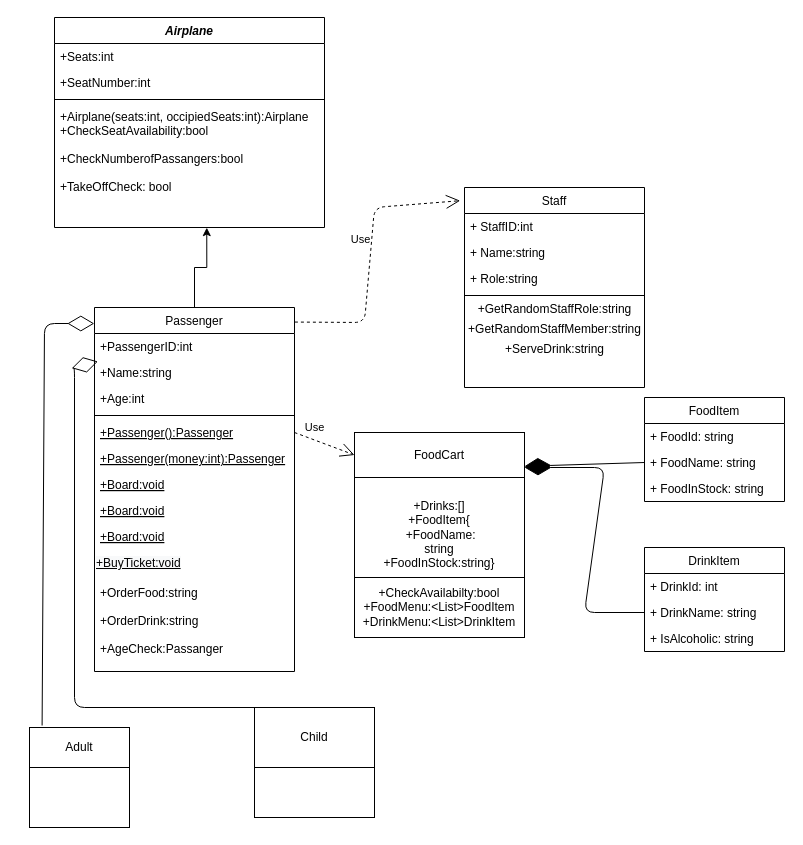
david-karlsson/MjukvaruAnalys-inlUppg keeps this draw.io diagram as MjukvaruAnalys-inlUppg/Docs/ClassDiagram-Plane.drawio. Above is the earlier version. Source tidied: cells renumbered, new cells numbered last; positions are measured from the earlier drawing's top-left corner, leaving out a move shared by most shapes. Both pictures are drawn from the tidied source at 100%, with x=0, y=0 at pixel (29, 17).
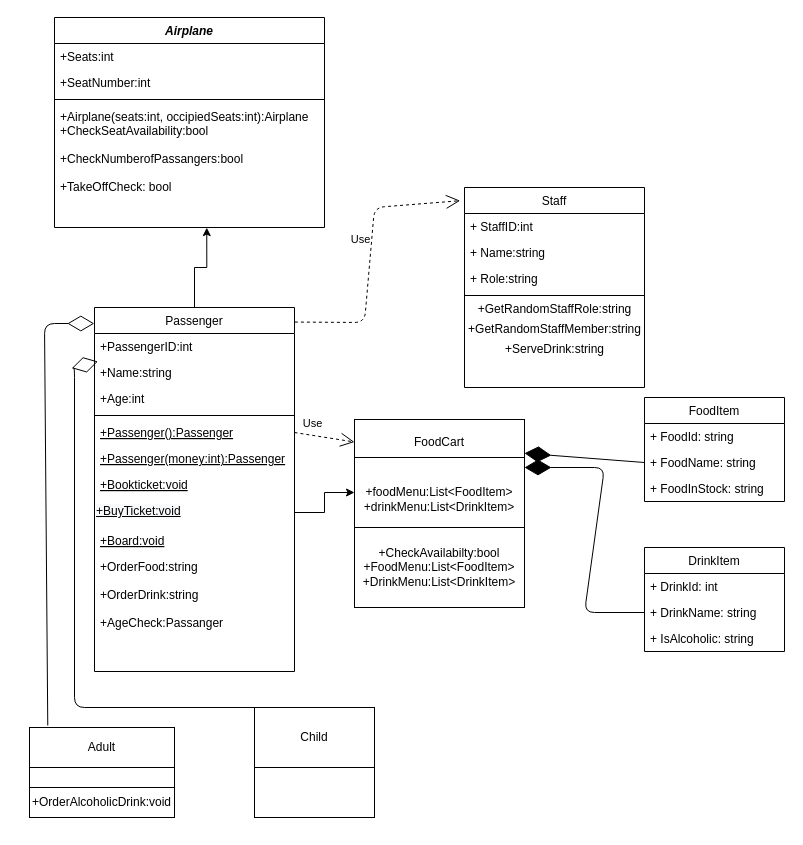
The same diagram, later.

Commit message (it also covers changes not shown here):
Menus moved to FoodCart + Clas diagram updates

Unchanged cells that the change refers to:
```xml
<mxCell id="8" value="Passenger" style="swimlane;fontStyle=0;align=center;verticalAlign=top;horizontal=1;startSize=26;rounded=0;shadow=0;strokeWidth=1;" parent="1" vertex="1">
  <mxGeometry x="65" y="290" width="200" height="364" as="geometry" />
</mxCell>
```

The edit, as a diff of the source:
```diff
@@
-    <mxCell id="15" value="+Board:void" style="text;align=left;verticalAlign=top;spacingLeft=4;spacingRight=4;overflow=hidden;fontStyle=4;" parent="8" vertex="1">
+    <mxCell id="15" value="+Bookticket:void" style="text;align=left;verticalAlign=top;spacingLeft=4;spacingRight=4;overflow=hidden;fontStyle=4;" parent="8" vertex="1">
       <mxGeometry y="164" width="200" height="26" as="geometry" />
     </mxCell>
+    <mxCell id="18" value="&lt;span style=&quot;color: rgb(0 , 0 , 0) ; font-family: &amp;#34;helvetica&amp;#34; ; font-size: 12px ; font-style: normal ; font-weight: 400 ; letter-spacing: normal ; text-align: left ; text-indent: 0px ; text-transform: none ; word-spacing: 0px ; background-color: rgb(248 , 249 , 250) ; text-decoration: underline ; display: inline ; float: none&quot;&gt;+BuyTicket:void&lt;/span&gt;" style="text;whiteSpace=wrap;html=1;" parent="8" vertex="1">
+      <mxGeometry y="190" width="200" height="30" as="geometry" />
+    </mxCell>
     <mxCell id="16" value="+Board:void" style="text;align=left;verticalAlign=top;spacingLeft=4;spacingRight=4;overflow=hidden;fontStyle=4;" parent="8" vertex="1">
-      <mxGeometry y="190" width="200" height="26" as="geometry" />
+      <mxGeometry y="220" width="200" height="26" as="geometry" />
     </mxCell>
-    <mxCell id="17" value="+Board:void" style="text;align=left;verticalAlign=top;spacingLeft=4;spacingRight=4;overflow=hidden;fontStyle=4;" parent="8" vertex="1">
-      <mxGeometry y="216" width="200" height="26" as="geometry" />
-    </mxCell>
-    <mxCell id="18" value="&lt;span style=&quot;color: rgb(0 , 0 , 0) ; font-family: &amp;#34;helvetica&amp;#34; ; font-size: 12px ; font-style: normal ; font-weight: 400 ; letter-spacing: normal ; text-align: left ; text-indent: 0px ; text-transform: none ; word-spacing: 0px ; background-color: rgb(248 , 249 , 250) ; text-decoration: underline ; display: inline ; float: none&quot;&gt;+BuyTicket:void&lt;/span&gt;" style="text;whiteSpace=wrap;html=1;" parent="8" vertex="1">
-      <mxGeometry y="242" width="200" height="30" as="geometry" />
-    </mxCell>
     <mxCell id="19" value="+OrderFood:string&#10;&#10;+OrderDrink:string&#10;&#10;+AgeCheck:Passanger" style="text;align=left;verticalAlign=top;spacingLeft=4;spacingRight=4;overflow=hidden;" parent="8" vertex="1">
-      <mxGeometry y="272" width="200" height="92" as="geometry" />
+      <mxGeometry y="246" width="200" height="92" as="geometry" />
     </mxCell>
@@
-    <mxCell id="24" style="whiteSpace=wrap;html=1;" parent="1" vertex="1">
-      <mxGeometry y="710" width="100" height="100" as="geometry" />
-    </mxCell>
     <mxCell id="25" value="Adult" style="rounded=0;whiteSpace=wrap;html=1;" parent="1" vertex="1">
-      <mxGeometry y="710" width="100" height="40" as="geometry" />
+      <mxGeometry y="710" width="145" height="40" as="geometry" />
     </mxCell>
@@
     <mxCell id="29" value="FoodCart" style="rounded=0;whiteSpace=wrap;html=1;" parent="1" vertex="1">
-      <mxGeometry x="325" y="415" width="170" height="45" as="geometry" />
+      <mxGeometry x="325" y="402" width="170" height="45" as="geometry" />
     </mxCell>
-    <mxCell id="30" value="&lt;br&gt;+Drinks:[]&lt;br&gt;+FoodItem{&lt;br&gt;&lt;div&gt;&amp;nbsp;+FoodName:&lt;/div&gt;string&lt;br&gt;+FoodInStock:string}&lt;br&gt;&lt;div&gt;&lt;/div&gt;" style="rounded=0;whiteSpace=wrap;html=1;" parent="1" vertex="1">
-      <mxGeometry x="325" y="460" width="170" height="100" as="geometry" />
+    <mxCell id="30" value="&lt;br&gt;&lt;br&gt;+foodMenu:List&amp;lt;FoodItem&amp;gt;&lt;br&gt;+drinkMenu:List&amp;lt;DrinkItem&amp;gt;&lt;br&gt;&lt;br&gt;&lt;div&gt;&lt;/div&gt;" style="rounded=0;whiteSpace=wrap;html=1;" parent="1" vertex="1">
+      <mxGeometry x="325" y="440" width="170" height="70" as="geometry" />
     </mxCell>
-    <mxCell id="31" value="+CheckAvailabilty:bool&lt;br&gt;+FoodMenu:&amp;lt;List&amp;gt;FoodItem&lt;br&gt;+DrinkMenu:&amp;lt;List&amp;gt;DrinkItem" style="rounded=0;whiteSpace=wrap;html=1;" parent="1" vertex="1">
-      <mxGeometry x="325" y="560" width="170" height="60" as="geometry" />
+    <mxCell id="31" value="+CheckAvailabilty:bool&lt;br&gt;+FoodMenu:List&amp;lt;FoodItem&amp;gt;&lt;br&gt;+DrinkMenu:List&amp;lt;DrinkItem&amp;gt;" style="rounded=0;whiteSpace=wrap;html=1;" parent="1" vertex="1">
+      <mxGeometry x="325" y="510" width="170" height="80" as="geometry" />
     </mxCell>
@@
+    <mxCell id="50" style="edgeStyle=orthogonalEdgeStyle;rounded=0;jettySize=auto;html=1;" parent="1" edge="1" source="18" target="30">
+      <mxGeometry relative="1" as="geometry" />
+    </mxCell>
+    <mxCell id="51" value="+OrderAlcoholicDrink:void" style="rounded=0;whiteSpace=wrap;html=1;" parent="1" vertex="1">
+      <mxGeometry y="770" width="145" height="30" as="geometry" />
+    </mxCell>
+    <mxCell id="52" style="rounded=0;whiteSpace=wrap;html=1;" parent="1" vertex="1">
+      <mxGeometry y="750" width="145" height="20" as="geometry" />
+    </mxCell>
```
